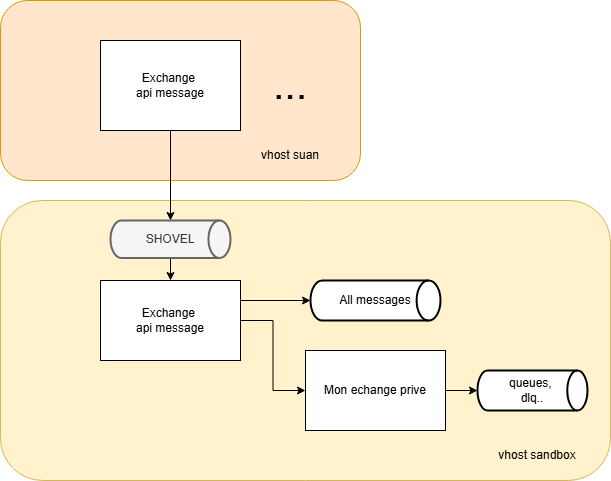
The draw.io diagram drawio/sandbox_rabbit.png in sarraz1/csau, before a commit. Source tidied: cells renumbered, new cells last; positions are measured from the earlier drawing's top-left corner, leaving out a move shared by most shapes.
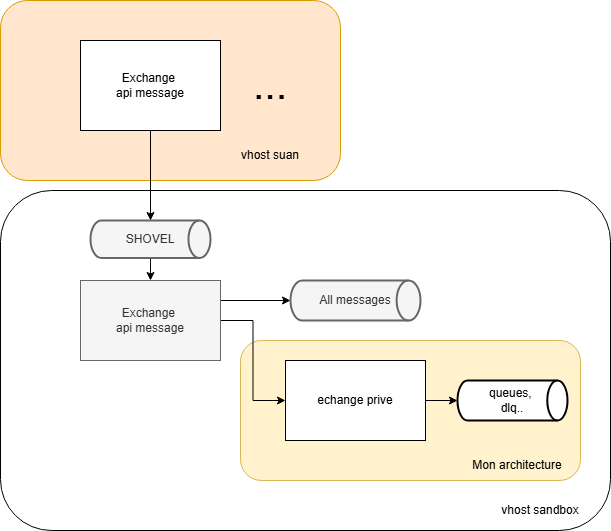
Later version of the same file.

Commit message:
Mettre à jour sandbox_rabbit.png

The edit, as a diff of the source:
```diff
@@ -2,15 +2,15 @@
   <root>
     <mxCell id="0" />
     <mxCell id="1" parent="0" />
+    <mxCell id="19" style="rounded=1;whiteSpace=wrap;html=1;fillColor=#fff2cc;strokeColor=#d6b656;" parent="1" vertex="1">
+      <mxGeometry x="260" y="340" width="340" height="140" as="geometry" />
+    </mxCell>
     <mxCell id="2" style="rounded=1;whiteSpace=wrap;html=1;fillColor=#ffe6cc;strokeColor=#d79b00;" parent="1" vertex="1">
-      <mxGeometry width="360" height="180" as="geometry" />
+      <mxGeometry x="20" width="340" height="180" as="geometry" />
     </mxCell>
-    <mxCell id="3" style="rounded=1;whiteSpace=wrap;html=1;fillColor=#fff2cc;strokeColor=#d6b656;" parent="1" vertex="1">
-      <mxGeometry y="200" width="610" height="280" as="geometry" />
+    <mxCell id="3" style="rounded=1;whiteSpace=wrap;html=1;fillColor=none;" parent="1" vertex="1">
+      <mxGeometry x="20" y="190" width="610" height="340" as="geometry" />
     </mxCell>
-    <mxCell id="4" style="edgeStyle=orthogonalEdgeStyle;rounded=0;jettySize=auto;html=1;" parent="1" edge="1" source="5" target="11">
-      <mxGeometry relative="1" as="geometry" />
-    </mxCell>
     <mxCell id="5" value="Exchange&amp;nbsp;&lt;div&gt;api message&lt;/div&gt;" style="rounded=0;whiteSpace=wrap;html=1;" parent="1" vertex="1">
       <mxGeometry x="100" y="40" width="140" height="90" as="geometry" />
     </mxCell>
@@ -23,7 +23,7 @@
     <mxCell id="8" style="edgeStyle=orthogonalEdgeStyle;rounded=0;jettySize=auto;html=1;" parent="1" edge="1" source="9" target="16">
       <mxGeometry relative="1" as="geometry" />
     </mxCell>
-    <mxCell id="9" value="Exchange&amp;nbsp;&lt;div&gt;api message&lt;/div&gt;" style="rounded=0;whiteSpace=wrap;html=1;" parent="1" vertex="1">
+    <mxCell id="9" value="Exchange&amp;nbsp;&lt;div&gt;api message&lt;/div&gt;" style="rounded=0;whiteSpace=wrap;html=1;fillColor=#f5f5f5;fontColor=#333333;strokeColor=#666666;" parent="1" vertex="1">
       <mxGeometry x="100" y="280" width="140" height="80" as="geometry" />
     </mxCell>
     <mxCell id="10" style="edgeStyle=orthogonalEdgeStyle;rounded=0;jettySize=auto;html=1;" parent="1" edge="1" source="11" target="9">
@@ -33,25 +33,31 @@
       <mxGeometry x="110" y="220" width="120" height="37.5" as="geometry" />
     </mxCell>
     <mxCell id="12" value="vhost sandbox" style="text;html=1;align=center;verticalAlign=middle;whiteSpace=wrap;rounded=0;" parent="1" vertex="1">
-      <mxGeometry x="487" y="440" width="100" height="30" as="geometry" />
+      <mxGeometry x="510" y="495" width="100" height="30" as="geometry" />
     </mxCell>
     <mxCell id="13" value="vhost suan" style="text;html=1;align=center;verticalAlign=middle;whiteSpace=wrap;rounded=0;" parent="1" vertex="1">
       <mxGeometry x="240" y="140" width="100" height="30" as="geometry" />
     </mxCell>
-    <mxCell id="14" value="All messages" style="strokeWidth=2;html=1;shape=mxgraph.flowchart.direct_data;whiteSpace=wrap;" parent="1" vertex="1">
+    <mxCell id="14" value="All messages" style="strokeWidth=2;html=1;shape=mxgraph.flowchart.direct_data;whiteSpace=wrap;fillColor=#f5f5f5;fontColor=#333333;strokeColor=#666666;" parent="1" vertex="1">
       <mxGeometry x="310" y="280" width="130" height="40" as="geometry" />
     </mxCell>
     <mxCell id="15" style="edgeStyle=orthogonalEdgeStyle;rounded=0;jettySize=auto;html=1;" parent="1" edge="1" source="16" target="17">
       <mxGeometry relative="1" as="geometry" />
     </mxCell>
-    <mxCell id="16" value="Mon echange prive" style="rounded=0;whiteSpace=wrap;html=1;" parent="1" vertex="1">
-      <mxGeometry x="305" y="350" width="140" height="80" as="geometry" />
+    <mxCell id="16" value="echange prive" style="rounded=0;whiteSpace=wrap;html=1;" parent="1" vertex="1">
+      <mxGeometry x="305" y="360" width="140" height="80" as="geometry" />
     </mxCell>
     <mxCell id="17" value="queues,&amp;nbsp;&lt;div&gt;dlq..&lt;/div&gt;" style="strokeWidth=2;html=1;shape=mxgraph.flowchart.direct_data;whiteSpace=wrap;" parent="1" vertex="1">
-      <mxGeometry x="477" y="370" width="110" height="40" as="geometry" />
+      <mxGeometry x="477" y="380" width="110" height="40" as="geometry" />
     </mxCell>
     <mxCell id="18" value="&lt;font style=&quot;font-size: 41px;&quot;&gt;...&lt;/font&gt;" style="text;html=1;align=center;verticalAlign=middle;whiteSpace=wrap;rounded=0;" parent="1" vertex="1">
       <mxGeometry x="240" y="70" width="100" height="30" as="geometry" />
     </mxCell>
+    <mxCell id="4" style="edgeStyle=orthogonalEdgeStyle;rounded=0;jettySize=auto;html=1;" parent="1" edge="1" source="5" target="11">
+      <mxGeometry relative="1" as="geometry" />
+    </mxCell>
+    <mxCell id="20" value="Mon architecture" style="text;html=1;align=center;verticalAlign=middle;whiteSpace=wrap;rounded=0;" parent="1" vertex="1">
+      <mxGeometry x="477" y="450" width="120" height="30" as="geometry" />
+    </mxCell>
   </root>
 </mxGraphModel>
```
